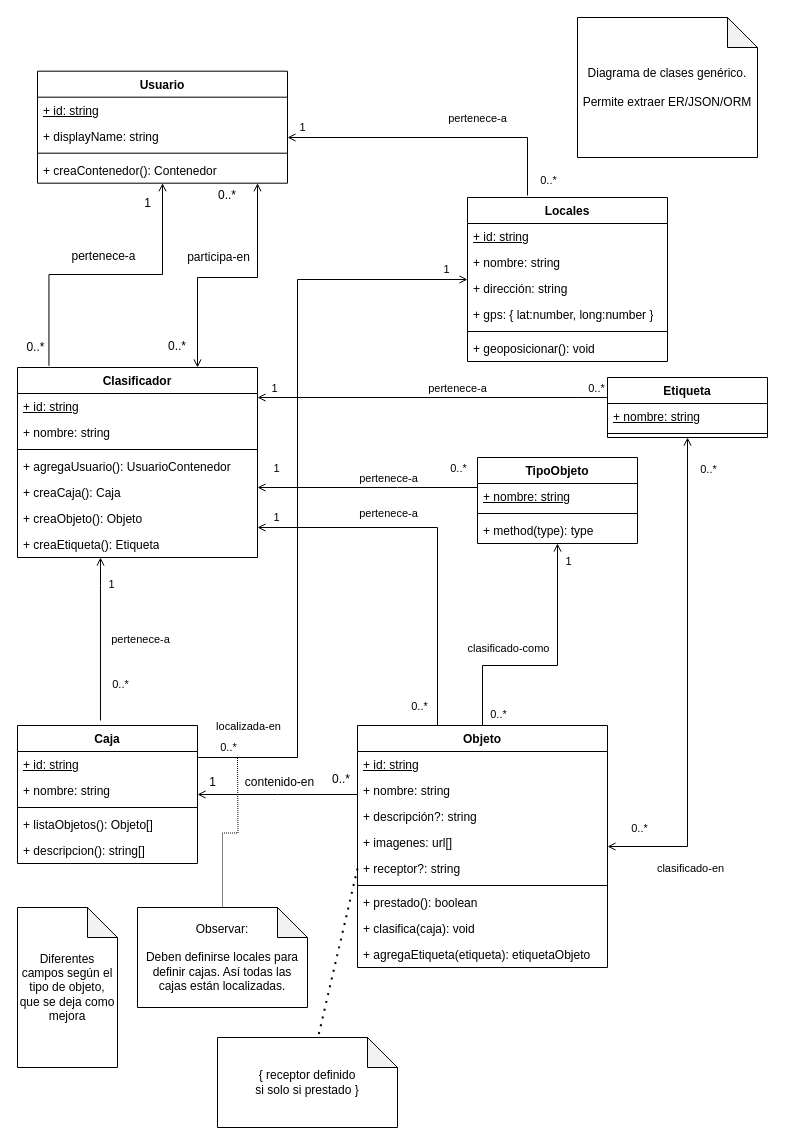
The draw.io diagram doc/manifesto.drawio in raxware/ion-manifesto, before the edit. Source tidied: cells renumbered, new cells numbered last; positions are measured from the earlier drawing's top-left corner, leaving out a move shared by most shapes. Both pictures are drawn from the tidied source at 100%, with x=0, y=0 at pixel (17, 17).
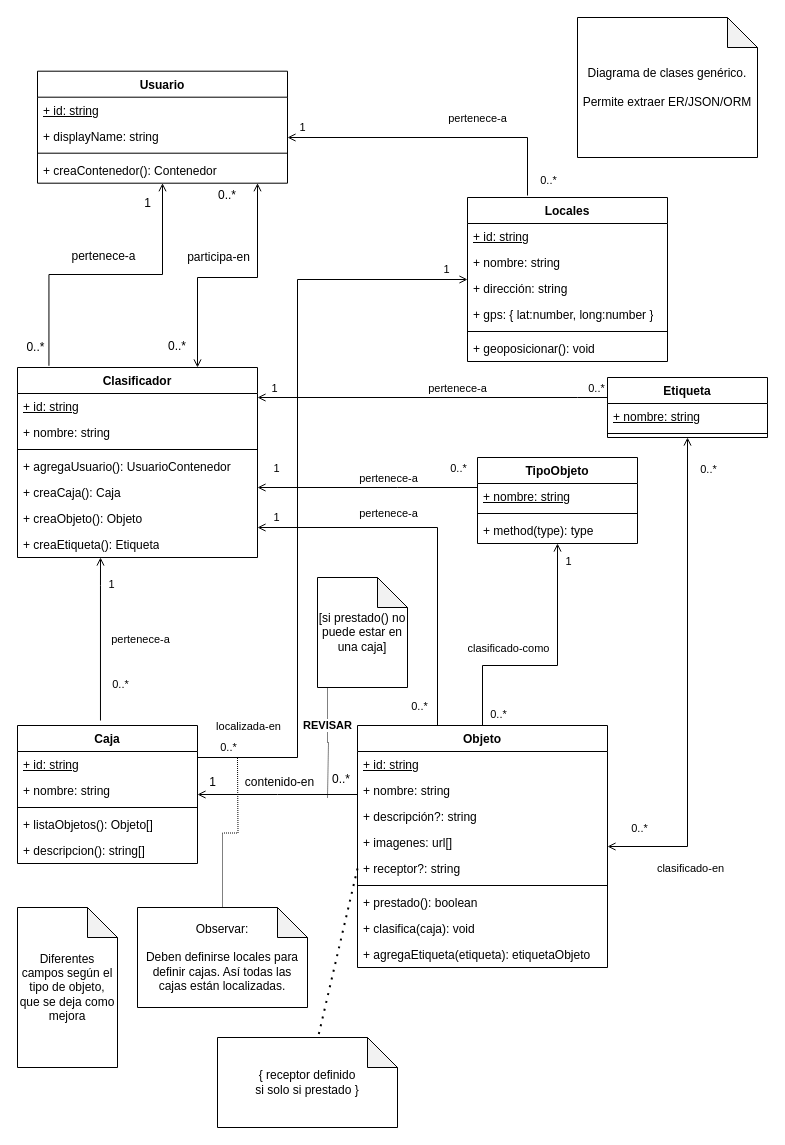
The same page after the edit.

Commit message (it also covers changes not shown here):
Referente a "prestado"

The edit, as a diff of the source:
```diff
@@
+    <mxCell id="95" style="edgeStyle=orthogonalEdgeStyle;rounded=0;jettySize=auto;html=1;endArrow=none;endFill=0;dashed=1;dashPattern=1 1;" parent="1" edge="1" source="97">
+      <mxGeometry relative="1" as="geometry">
+        <mxPoint x="310" y="780" as="targetPoint" />
+        <Array as="points">
+          <mxPoint x="310" y="725" />
+          <mxPoint x="311" y="725" />
+        </Array>
+      </mxGeometry>
+    </mxCell>
+    <mxCell id="96" value="&lt;b&gt;REVISAR&lt;/b&gt;" style="edgeLabel;html=1;align=center;verticalAlign=middle;" parent="95" vertex="1">
+      <mxGeometry x="-0.33" y="-1" relative="1" as="geometry" />
+    </mxCell>
+    <mxCell id="97" value="[si prestado() no puede estar en una caja]" style="shape=note;whiteSpace=wrap;html=1;backgroundOutline=1;darkOpacity=0.05;" parent="1" vertex="1">
+      <mxGeometry x="300" y="560" width="90" height="110" as="geometry" />
+    </mxCell>
```
